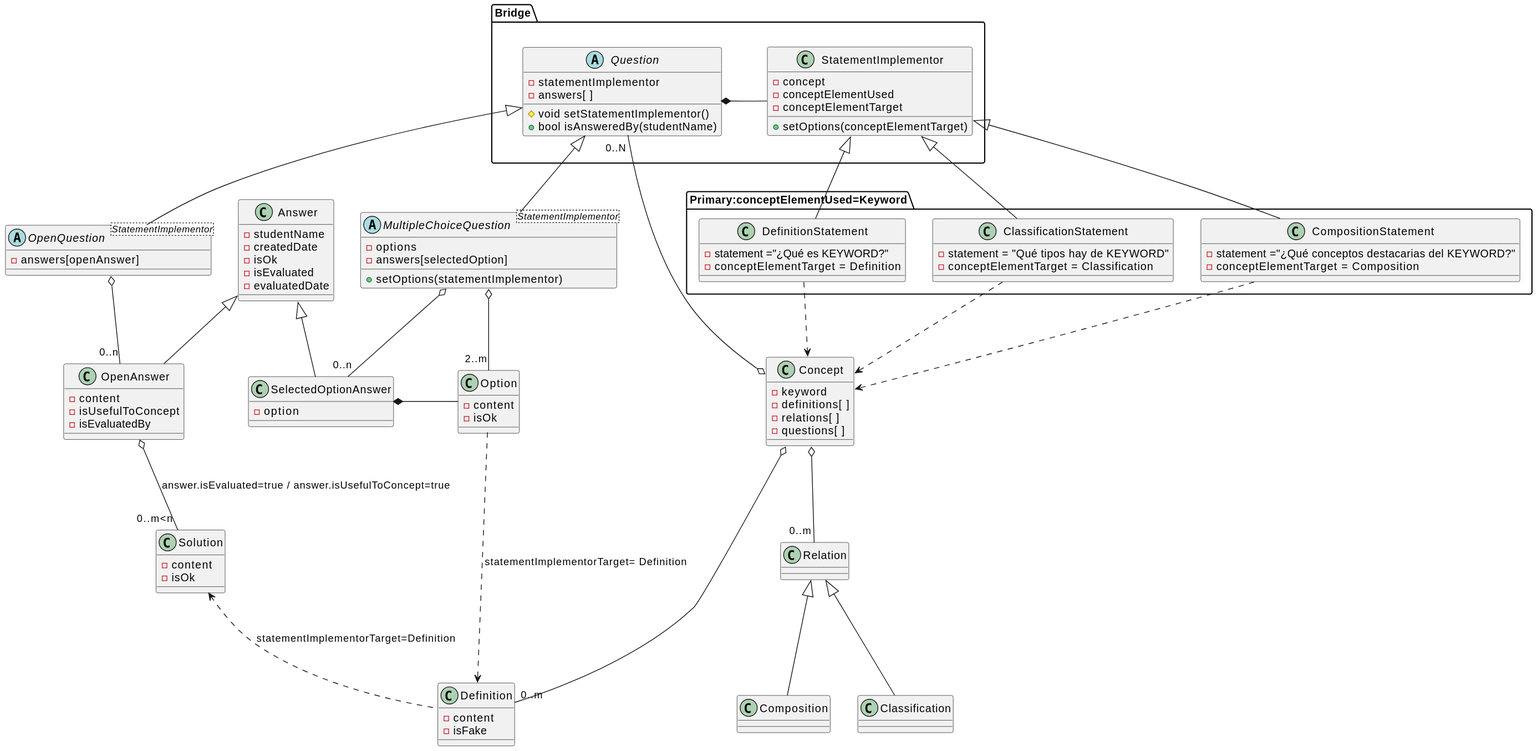
Earlier version of the PlantUML export out/doc/dominio_detail_bridgeStatement/ConceptDomainDetailBridge.svg (Joselon/ProyectoOpoTest). Its diagram source:
```plantuml
@startuml ConceptDomainDetailBridge

class Concept {
    - keyword
    - definitions[ ]
    - relations[ ]
    - questions[ ]
}

class Definition {
    - content
    - isFake
}

class Relation

class Classification

class Composition

package Primary:conceptElementUsed=Keyword {
    class DefinitionStatement {
        - statement ="¿Qué es KEYWORD?"
        - conceptElementTarget = Definition
    }

    class ClassificationStatement {
        - statement = "Qué tipos hay de KEYWORD"
        - conceptElementTarget = Classification
    }

    class CompositionStatement {
        - statement ="¿Qué conceptos destacarias del KEYWORD?"
        - conceptElementTarget = Composition
    }
}

abstract class OpenQuestion<StatementImplementor>{
    -answers[openAnswer]
}

class OpenAnswer {
    - content
    - isUsefulToConcept
    - isEvaluatedBy
}

class Solution {
    - content
    - isOk
}
abstract class MultipleChoiceQuestion<StatementImplementor>{
    - options
    - answers[selectedOption]
    + setOptions(statementImplementor)
}

class Option {
    - content
    - isOk
}

class SelectedOptionAnswer {
    - option
}

class Answer {
    - studentName
    - createdDate
    - isOk
    - isEvaluated
    - evaluatedDate
}

package Bridge {
    abstract class Question {
        - statementImplementor
        - answers[ ]
        # void setStatementImplementor()
        + bool isAnsweredBy(studentName)
    }

    class StatementImplementor {
        - concept
        - conceptElementUsed
        - conceptElementTarget
        + setOptions(conceptElementTarget)
    }

}

Question *- StatementImplementor
Question <|-- OpenQuestion
Question <|-- MultipleChoiceQuestion

OpenQuestion o--"0..n" OpenAnswer
MultipleChoiceQuestion o--"2..m" Option
MultipleChoiceQuestion o--"0..n" SelectedOptionAnswer
SelectedOptionAnswer *- Option
Answer <|-- OpenAnswer
Answer <|-- SelectedOptionAnswer

DefinitionStatement ..> Concept
ClassificationStatement ..> Concept
CompositionStatement ..> Concept

Concept o-- "0..N" Question
Concept o--"0..m" Definition

Concept o-- "0..m" Relation
Relation <|-- Classification
Relation <|-- Composition


StatementImplementor <|-- DefinitionStatement
OpenAnswer o--"0..m<n" Solution :answer.isEvaluated=true / answer.isUsefulToConcept=true
Solution <.. Definition:statementImplementorTarget=Definition
Option ..> Definition :statementImplementorTarget= Definition
StatementImplementor <|-- ClassificationStatement

StatementImplementor <|-- CompositionStatement


@enduml
```
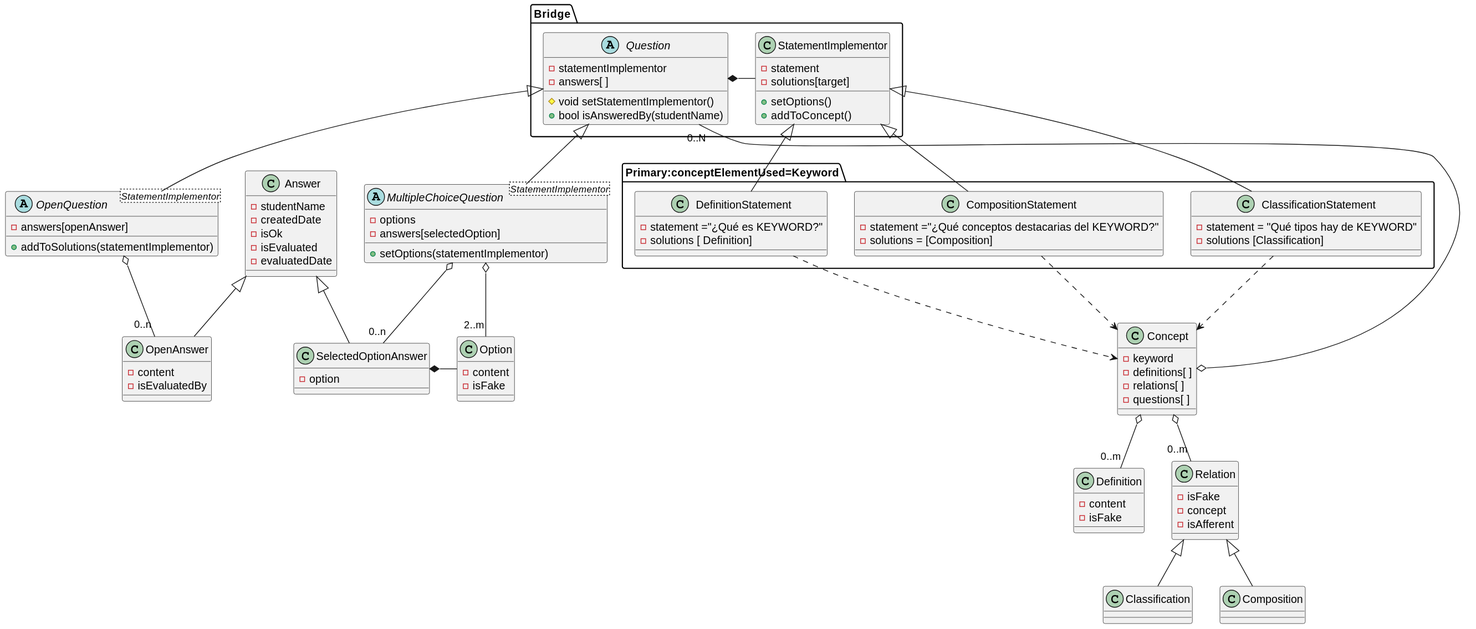
Later version of the same file.

What changed in the source:
```diff
@@ -12,7 +12,11 @@
     - isFake
 }
 
-class Relation
+class Relation {
+    - isFake
+    - concept
+    - isAfferent
+}
 
 class Classification
 
@@ -21,34 +25,30 @@
 package Primary:conceptElementUsed=Keyword {
     class DefinitionStatement {
         - statement ="¿Qué es KEYWORD?"
-        - conceptElementTarget = Definition
+        - solutions [ Definition]
     }
 
     class ClassificationStatement {
         - statement = "Qué tipos hay de KEYWORD"
-        - conceptElementTarget = Classification
+        - solutions [Classification]
     }
 
     class CompositionStatement {
         - statement ="¿Qué conceptos destacarias del KEYWORD?"
-        - conceptElementTarget = Composition
+        - solutions = [Composition]
     }
 }
 
 abstract class OpenQuestion<StatementImplementor>{
     -answers[openAnswer]
+    + addToSolutions(statementImplementor)
 }
 
 class OpenAnswer {
     - content
-    - isUsefulToConcept
     - isEvaluatedBy
 }
 
-class Solution {
-    - content
-    - isOk
-}
 abstract class MultipleChoiceQuestion<StatementImplementor>{
     - options
     - answers[selectedOption]
@@ -57,7 +57,7 @@
 
 class Option {
     - content
-    - isOk
+    - isFake
 }
 
 class SelectedOptionAnswer {
@@ -81,10 +81,10 @@
     }
 
     class StatementImplementor {
-        - concept
-        - conceptElementUsed
-        - conceptElementTarget
-        + setOptions(conceptElementTarget)
+        - statement
+        - solutions[target]
+        + setOptions()
+        + addToConcept()
     }
 
 }
@@ -111,13 +111,8 @@
 Relation <|-- Classification
 Relation <|-- Composition
 
-
 StatementImplementor <|-- DefinitionStatement
-OpenAnswer o--"0..m<n" Solution :answer.isEvaluated=true / answer.isUsefulToConcept=true
-Solution <.. Definition:statementImplementorTarget=Definition
-Option ..> Definition :statementImplementorTarget= Definition
 StatementImplementor <|-- ClassificationStatement
-
 StatementImplementor <|-- CompositionStatement
 
 
```
